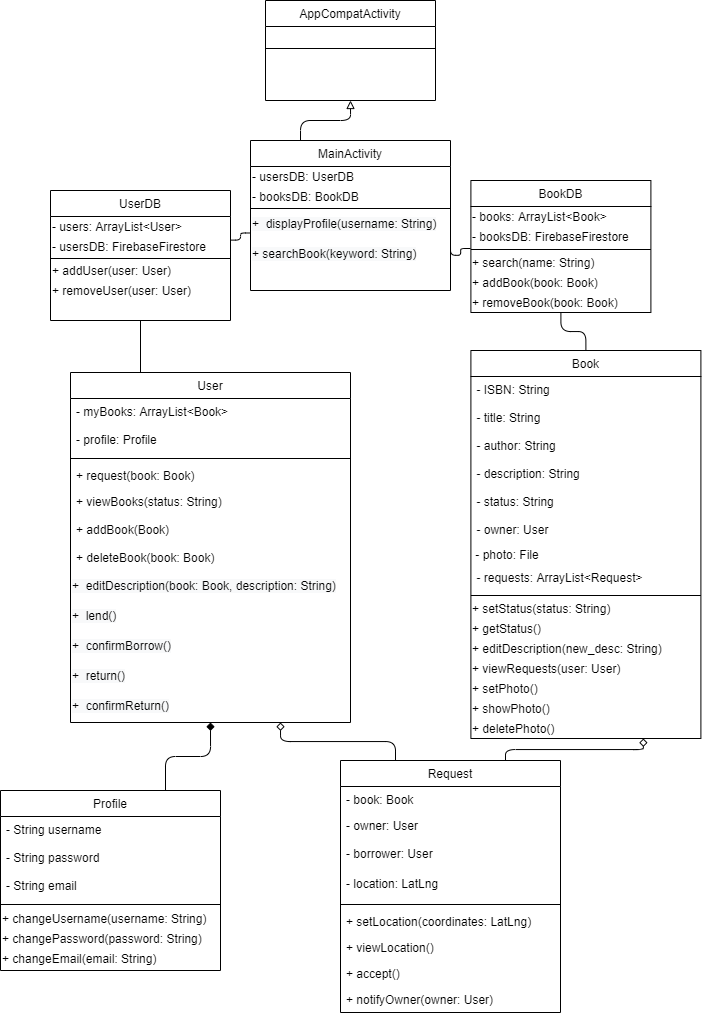
The draw.io diagram doc/Atheneum_UML.png in hssainidev/Athenaeum, before a commit. Source tidied: cells renumbered, new cells last; positions are measured from the earlier drawing's top-left corner, leaving out a move shared by most shapes.
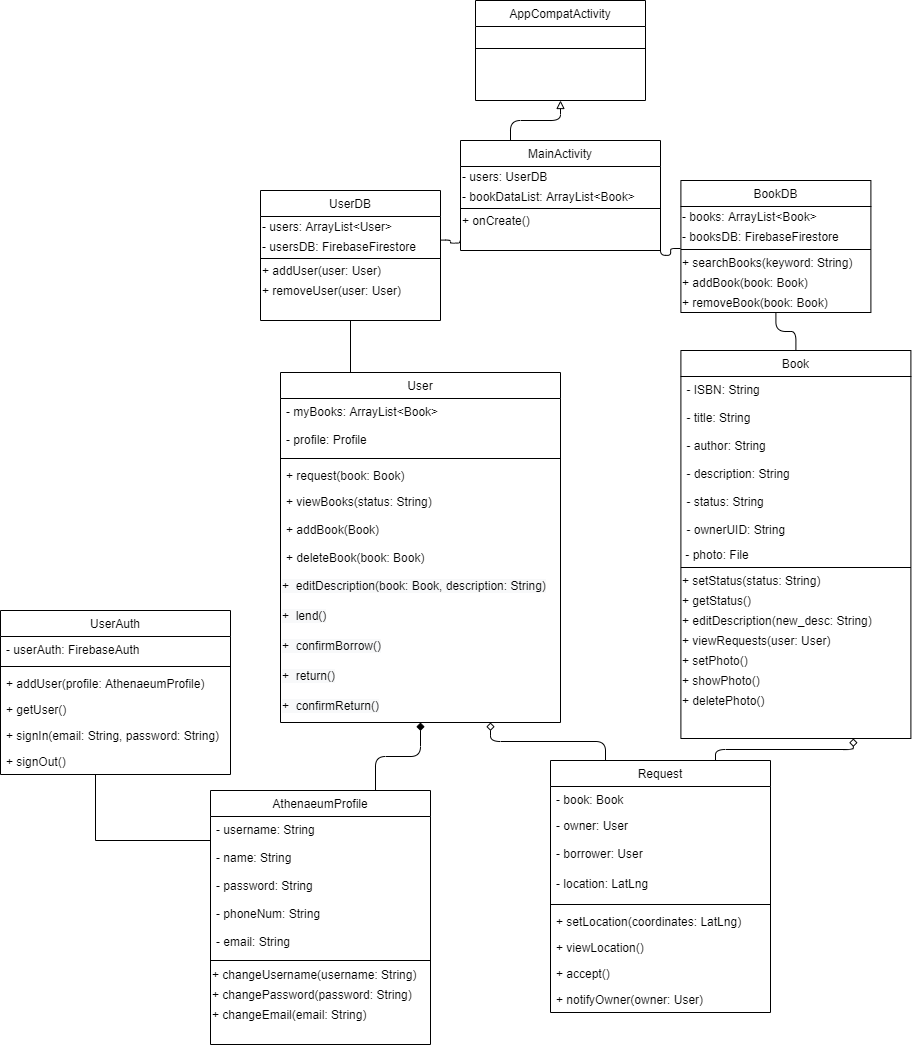
After the commit.

Diff of the diagram source:
```diff
@@ -14,8 +14,10 @@
     <mxCell id="5" style="endArrow=none;html=1;entryX=0.5;entryY=0;entryDx=0;entryDy=0;exitX=0.5;exitY=1;exitDx=0;exitDy=0;edgeStyle=orthogonalEdgeStyle;" parent="1" edge="1" source="35" target="42">
       <mxGeometry relative="1" as="geometry" />
     </mxCell>
-    <mxCell id="6" style="endArrow=none;html=1;exitX=0.998;exitY=0.18;exitDx=0;exitDy=0;entryX=0;entryY=0.75;entryDx=0;entryDy=0;edgeStyle=orthogonalEdgeStyle;exitPerimeter=0;" parent="1" edge="1" source="10" target="33">
-      <mxGeometry relative="1" as="geometry" />
+    <mxCell id="6" style="endArrow=none;html=1;exitX=0.998;exitY=0.18;exitDx=0;exitDy=0;entryX=0;entryY=0.75;entryDx=0;entryDy=0;edgeStyle=orthogonalEdgeStyle;exitPerimeter=0;" parent="1" edge="1" source="10">
+      <mxGeometry relative="1" as="geometry">
+        <mxPoint x="250" y="232.5" as="targetPoint" />
+      </mxGeometry>
     </mxCell>
     <mxCell id="7" style="endArrow=none;html=1;entryX=-0.002;entryY=0.333;entryDx=0;entryDy=0;exitX=0.998;exitY=0.16;exitDx=0;exitDy=0;edgeStyle=orthogonalEdgeStyle;entryPerimeter=0;exitPerimeter=0;" parent="1" edge="1" target="38">
       <mxGeometry relative="1" as="geometry">
@@ -86,43 +88,40 @@
       <mxGeometry relative="1" as="geometry" />
     </mxCell>
     <mxCell id="29" value="MainActivity" style="swimlane;fontStyle=0;align=center;verticalAlign=top;horizontal=1;startSize=26;rounded=0;shadow=0;strokeWidth=1;" parent="1" vertex="1">
-      <mxGeometry x="250" y="140" width="200" height="150" as="geometry" />
+      <mxGeometry x="250" y="140" width="200" height="110" as="geometry" />
     </mxCell>
-    <mxCell id="30" value="- usersDB: UserDB&amp;nbsp;" style="text;html=1;align=left;verticalAlign=middle;" parent="29" vertex="1">
+    <mxCell id="30" value="- users: UserDB&amp;nbsp;" style="text;html=1;align=left;verticalAlign=middle;" parent="29" vertex="1">
       <mxGeometry y="26" width="200" height="20" as="geometry" />
     </mxCell>
-    <mxCell id="31" value="- booksDB: BookDB&amp;nbsp;" style="text;html=1;align=left;verticalAlign=middle;" parent="29" vertex="1">
-      <mxGeometry y="46" width="200" height="20" as="geometry" />
-    </mxCell>
+    <mxCell id="79" value="- bookDataList: ArrayList&amp;lt;Book&amp;gt;&amp;nbsp;" style="text;html=1;align=left;verticalAlign=middle;" parent="29" vertex="1">
+      <mxGeometry y="46" width="200" height="20" as="geometry" />
+    </mxCell>
     <mxCell id="32" style="line;html=1;strokeWidth=1;align=left;verticalAlign=middle;spacingTop=-1;spacingLeft=3;spacingRight=3;labelPosition=right;" parent="29" vertex="1">
       <mxGeometry y="66" width="200" height="4" as="geometry" />
     </mxCell>
-    <mxCell id="33" value="&lt;span style=&quot;color: rgb(0 , 0 , 0) ; font-family: &amp;#34;helvetica&amp;#34; ; font-size: 12px ; font-style: normal ; font-weight: 400 ; letter-spacing: normal ; text-align: left ; text-indent: 0px ; text-transform: none ; word-spacing: 0px ; background-color: rgb(248 , 249 , 250) ; display: inline ; float: none&quot;&gt;+&amp;nbsp; displayProfile(username: String)&lt;/span&gt;" style="text;whiteSpace=wrap;html=1;" parent="29" vertex="1">
-      <mxGeometry y="70" width="200" height="30" as="geometry" />
-    </mxCell>
-    <mxCell id="34" value="&lt;span style=&quot;color: rgb(0 , 0 , 0) ; font-family: &amp;#34;helvetica&amp;#34; ; font-size: 12px ; font-style: normal ; font-weight: 400 ; letter-spacing: normal ; text-align: left ; text-indent: 0px ; text-transform: none ; word-spacing: 0px ; background-color: rgb(248 , 249 , 250) ; display: inline ; float: none&quot;&gt;+ searchBook(keyword: String)&lt;/span&gt;" style="text;whiteSpace=wrap;html=1;" parent="29" vertex="1">
-      <mxGeometry y="100" width="200" height="30" as="geometry" />
-    </mxCell>
+    <mxCell id="80" value="+ onCreate()&amp;nbsp;" style="text;html=1;align=left;verticalAlign=middle;" parent="29" vertex="1">
+      <mxGeometry y="70" width="200" height="20" as="geometry" />
+    </mxCell>
     <mxCell id="35" value="BookDB" style="swimlane;fontStyle=0;align=center;verticalAlign=top;horizontal=1;startSize=26;rounded=0;shadow=0;strokeWidth=1;" parent="1" vertex="1">
-      <mxGeometry x="470.4" y="180" width="180" height="132" as="geometry" />
+      <mxGeometry x="470.4" y="180" width="190" height="132" as="geometry" />
     </mxCell>
     <mxCell id="36" value="- books: ArrayList&amp;lt;Book&amp;gt;&amp;nbsp;" style="text;html=1;align=left;verticalAlign=middle;" parent="35" vertex="1">
-      <mxGeometry y="26" width="180" height="20" as="geometry" />
+      <mxGeometry y="26" width="190" height="20" as="geometry" />
     </mxCell>
     <mxCell id="37" value="- booksDB: FirebaseFirestore&amp;nbsp;" style="text;html=1;align=left;verticalAlign=middle;" parent="35" vertex="1">
-      <mxGeometry y="46" width="180" height="20" as="geometry" />
+      <mxGeometry y="46" width="190" height="20" as="geometry" />
     </mxCell>
     <mxCell id="38" style="line;html=1;strokeWidth=1;align=left;verticalAlign=middle;spacingTop=-1;spacingLeft=3;spacingRight=3;labelPosition=right;points=[];portConstraint=eastwest;" parent="35" vertex="1">
-      <mxGeometry y="66" width="180" height="6" as="geometry" />
+      <mxGeometry y="66" width="190" height="6" as="geometry" />
     </mxCell>
-    <mxCell id="39" value="+ search(name: String)" style="text;html=1;align=left;verticalAlign=middle;" parent="35" vertex="1">
-      <mxGeometry y="72" width="180" height="20" as="geometry" />
+    <mxCell id="39" value="+ searchBooks(keyword: String)" style="text;html=1;align=left;verticalAlign=middle;" parent="35" vertex="1">
+      <mxGeometry y="72" width="190" height="20" as="geometry" />
     </mxCell>
     <mxCell id="40" value="+ addBook(book: Book)" style="text;html=1;align=left;verticalAlign=middle;" parent="35" vertex="1">
-      <mxGeometry y="92" width="180" height="20" as="geometry" />
+      <mxGeometry y="92" width="190" height="20" as="geometry" />
     </mxCell>
     <mxCell id="41" value="+ removeBook(book: Book)" style="text;html=1;align=left;verticalAlign=middle;" parent="35" vertex="1">
-      <mxGeometry y="112" width="180" height="20" as="geometry" />
+      <mxGeometry y="112" width="190" height="20" as="geometry" />
     </mxCell>
     <mxCell id="42" value="Book" style="swimlane;fontStyle=0;align=center;verticalAlign=top;horizontal=1;startSize=26;rounded=0;shadow=0;strokeWidth=1;" parent="1" vertex="1">
       <mxGeometry x="470.4" y="350" width="230" height="388" as="geometry" />
@@ -142,62 +141,72 @@
     <mxCell id="47" value="- status: String " style="text;align=left;verticalAlign=top;spacingLeft=4;spacingRight=4;overflow=hidden;" parent="42" vertex="1">
       <mxGeometry y="138" width="230" height="28" as="geometry" />
     </mxCell>
-    <mxCell id="48" value="- owner: User " style="text;align=left;verticalAlign=top;spacingLeft=4;spacingRight=4;overflow=hidden;" parent="42" vertex="1">
+    <mxCell id="48" value="- ownerUID: String  " style="text;align=left;verticalAlign=top;spacingLeft=4;spacingRight=4;overflow=hidden;" parent="42" vertex="1">
       <mxGeometry y="166" width="230" height="28" as="geometry" />
     </mxCell>
     <mxCell id="49" value="&amp;nbsp;- photo: File&amp;nbsp;" style="text;html=1;align=left;verticalAlign=middle;" parent="42" vertex="1">
       <mxGeometry y="194" width="230" height="20" as="geometry" />
     </mxCell>
-    <mxCell id="50" value="- requests: ArrayList&lt;Request&gt; " style="text;align=left;verticalAlign=top;spacingLeft=4;spacingRight=4;overflow=hidden;" parent="42" vertex="1">
-      <mxGeometry y="214" width="230" height="28" as="geometry" />
-    </mxCell>
     <mxCell id="51" style="line;html=1;strokeWidth=1;align=left;verticalAlign=middle;spacingTop=-1;spacingLeft=3;spacingRight=3;labelPosition=right;" parent="42" vertex="1">
-      <mxGeometry y="242" width="230" height="6" as="geometry" />
+      <mxGeometry y="214" width="230" height="6" as="geometry" />
     </mxCell>
     <mxCell id="52" value="+ setStatus(status: String)" style="text;html=1;align=left;verticalAlign=middle;" parent="42" vertex="1">
-      <mxGeometry y="248" width="230" height="20" as="geometry" />
+      <mxGeometry y="220" width="230" height="20" as="geometry" />
     </mxCell>
     <mxCell id="53" value="+ getStatus()" style="text;html=1;align=left;verticalAlign=middle;" parent="42" vertex="1">
-      <mxGeometry y="268" width="230" height="20" as="geometry" />
+      <mxGeometry y="240" width="230" height="20" as="geometry" />
     </mxCell>
     <mxCell id="54" value="+ editDescription(new_desc: String)" style="text;html=1;align=left;verticalAlign=middle;" parent="42" vertex="1">
-      <mxGeometry y="288" width="230" height="20" as="geometry" />
+      <mxGeometry y="260" width="230" height="20" as="geometry" />
     </mxCell>
     <mxCell id="55" value="+ viewRequests(user: User)" style="text;html=1;align=left;verticalAlign=middle;" parent="42" vertex="1">
-      <mxGeometry y="308" width="230" height="20" as="geometry" />
+      <mxGeometry y="280" width="230" height="20" as="geometry" />
     </mxCell>
     <mxCell id="56" value="+ setPhoto()" style="text;html=1;align=left;verticalAlign=middle;" parent="42" vertex="1">
-      <mxGeometry y="328" width="230" height="20" as="geometry" />
+      <mxGeometry y="300" width="230" height="20" as="geometry" />
     </mxCell>
     <mxCell id="57" value="+ showPhoto()" style="text;html=1;align=left;verticalAlign=middle;" parent="42" vertex="1">
-      <mxGeometry y="348" width="230" height="20" as="geometry" />
+      <mxGeometry y="320" width="230" height="20" as="geometry" />
     </mxCell>
     <mxCell id="58" value="+ deletePhoto()" style="text;html=1;align=left;verticalAlign=middle;" parent="42" vertex="1">
-      <mxGeometry y="368" width="230" height="20" as="geometry" />
+      <mxGeometry y="340" width="230" height="20" as="geometry" />
     </mxCell>
+    <mxCell id="81" style="edgeStyle=orthogonalEdgeStyle;rounded=0;jettySize=auto;html=1;endArrow=none;endFill=0;" parent="1" edge="1" source="59" target="84">
+      <mxGeometry relative="1" as="geometry">
+        <Array as="points">
+          <mxPoint x="-115" y="840" />
+        </Array>
+      </mxGeometry>
+    </mxCell>
-    <mxCell id="59" value="Profile" style="swimlane;fontStyle=0;align=center;verticalAlign=top;horizontal=1;startSize=26;rounded=0;shadow=0;strokeWidth=1;" parent="1" vertex="1">
-      <mxGeometry y="790" width="220" height="180" as="geometry" />
+    <mxCell id="59" value="AthenaeumProfile" style="swimlane;fontStyle=0;align=center;verticalAlign=top;horizontal=1;startSize=26;rounded=0;shadow=0;strokeWidth=1;" parent="1" vertex="1">
+      <mxGeometry y="790" width="220" height="254" as="geometry" />
     </mxCell>
-    <mxCell id="60" value="- String username" style="text;align=left;verticalAlign=top;spacingLeft=4;spacingRight=4;overflow=hidden;" parent="59" vertex="1">
+    <mxCell id="60" value="- username: String" style="text;align=left;verticalAlign=top;spacingLeft=4;spacingRight=4;overflow=hidden;" parent="59" vertex="1">
       <mxGeometry y="26" width="220" height="28" as="geometry" />
     </mxCell>
+    <mxCell id="82" value="- name: String" style="text;align=left;verticalAlign=top;spacingLeft=4;spacingRight=4;overflow=hidden;" parent="59" vertex="1">
+      <mxGeometry y="54" width="220" height="28" as="geometry" />
+    </mxCell>
-    <mxCell id="61" value="- String password" style="text;align=left;verticalAlign=top;spacingLeft=4;spacingRight=4;overflow=hidden;" parent="59" vertex="1">
-      <mxGeometry y="54" width="220" height="28" as="geometry" />
+    <mxCell id="61" value="- password: String" style="text;align=left;verticalAlign=top;spacingLeft=4;spacingRight=4;overflow=hidden;" parent="59" vertex="1">
+      <mxGeometry y="82" width="220" height="28" as="geometry" />
     </mxCell>
+    <mxCell id="83" value="- phoneNum: String" style="text;align=left;verticalAlign=top;spacingLeft=4;spacingRight=4;overflow=hidden;" parent="59" vertex="1">
+      <mxGeometry y="110" width="220" height="28" as="geometry" />
+    </mxCell>
-    <mxCell id="62" value="- String email" style="text;align=left;verticalAlign=top;spacingLeft=4;spacingRight=4;overflow=hidden;" parent="59" vertex="1">
-      <mxGeometry y="82" width="220" height="28" as="geometry" />
+    <mxCell id="62" value="- email: String" style="text;align=left;verticalAlign=top;spacingLeft=4;spacingRight=4;overflow=hidden;" parent="59" vertex="1">
+      <mxGeometry y="138" width="220" height="28" as="geometry" />
     </mxCell>
     <mxCell id="63" style="line;html=1;strokeWidth=1;align=left;verticalAlign=middle;spacingTop=-1;spacingLeft=3;spacingRight=3;labelPosition=right;" parent="59" vertex="1">
-      <mxGeometry y="110" width="220" height="8" as="geometry" />
+      <mxGeometry y="166" width="220" height="8" as="geometry" />
     </mxCell>
     <mxCell id="64" value="+ changeUsername(username: String)" style="text;html=1;align=left;verticalAlign=middle;" parent="59" vertex="1">
-      <mxGeometry y="118" width="220" height="20" as="geometry" />
+      <mxGeometry y="174" width="220" height="20" as="geometry" />
     </mxCell>
     <mxCell id="65" value="+ changePassword(password: String)" style="text;html=1;align=left;verticalAlign=middle;" parent="59" vertex="1">
-      <mxGeometry y="138" width="220" height="20" as="geometry" />
+      <mxGeometry y="194" width="220" height="20" as="geometry" />
     </mxCell>
     <mxCell id="66" value="+ changeEmail(email: String)" style="text;html=1;align=left;verticalAlign=middle;" parent="59" vertex="1">
-      <mxGeometry y="158" width="220" height="20" as="geometry" />
+      <mxGeometry y="214" width="220" height="20" as="geometry" />
     </mxCell>
     <mxCell id="67" value="Request" style="swimlane;fontStyle=0;align=center;verticalAlign=top;horizontal=1;startSize=26;rounded=0;shadow=0;strokeWidth=1;" parent="1" vertex="1">
       <mxGeometry x="340" y="760" width="220" height="252" as="geometry" />
@@ -235,5 +244,26 @@
     <mxCell id="78" style="line;html=1;strokeWidth=1;align=left;verticalAlign=middle;spacingTop=-1;spacingLeft=3;spacingRight=3;labelPosition=right;" parent="77" vertex="1">
       <mxGeometry y="26" width="170" height="44" as="geometry" />
     </mxCell>
+    <mxCell id="84" value="UserAuth" style="swimlane;fontStyle=0;align=center;verticalAlign=top;horizontal=1;startSize=26;" parent="1" vertex="1">
+      <mxGeometry x="-210" y="610" width="230" height="164" as="geometry" />
+    </mxCell>
+    <mxCell id="85" value="- userAuth: FirebaseAuth" style="text;strokeColor=none;fillColor=none;align=left;verticalAlign=top;spacingLeft=4;spacingRight=4;overflow=hidden;" parent="84" vertex="1">
+      <mxGeometry y="26" width="230" height="26" as="geometry" />
+    </mxCell>
+    <mxCell id="86" style="line;strokeWidth=1;fillColor=none;align=left;verticalAlign=middle;spacingTop=-1;spacingLeft=3;spacingRight=3;labelPosition=right;" parent="84" vertex="1">
+      <mxGeometry y="52" width="230" height="8" as="geometry" />
+    </mxCell>
+    <mxCell id="87" value="+ addUser(profile: AthenaeumProfile)" style="text;strokeColor=none;fillColor=none;align=left;verticalAlign=top;spacingLeft=4;spacingRight=4;overflow=hidden;" parent="84" vertex="1">
+      <mxGeometry y="60" width="230" height="26" as="geometry" />
+    </mxCell>
+    <mxCell id="88" value="+ getUser()" style="text;strokeColor=none;fillColor=none;align=left;verticalAlign=top;spacingLeft=4;spacingRight=4;overflow=hidden;" parent="84" vertex="1">
+      <mxGeometry y="86" width="230" height="26" as="geometry" />
+    </mxCell>
+    <mxCell id="89" value="+ signIn(email: String, password: String)" style="text;strokeColor=none;fillColor=none;align=left;verticalAlign=top;spacingLeft=4;spacingRight=4;overflow=hidden;" parent="84" vertex="1">
+      <mxGeometry y="112" width="230" height="26" as="geometry" />
+    </mxCell>
+    <mxCell id="90" value="+ signOut()" style="text;strokeColor=none;fillColor=none;align=left;verticalAlign=top;spacingLeft=4;spacingRight=4;overflow=hidden;" parent="84" vertex="1">
+      <mxGeometry y="138" width="230" height="26" as="geometry" />
+    </mxCell>
   </root>
 </mxGraphModel>
```
